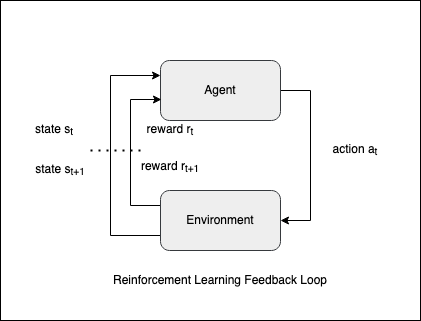
The draw.io diagram src/diagrams/reinforce_learning_control_loop.png in analytiq-hub/sigagent.github.io, before a commit. Source tidied: cells renumbered, new cells last; positions are measured from the earlier drawing's top-left corner, leaving out a move shared by most shapes.
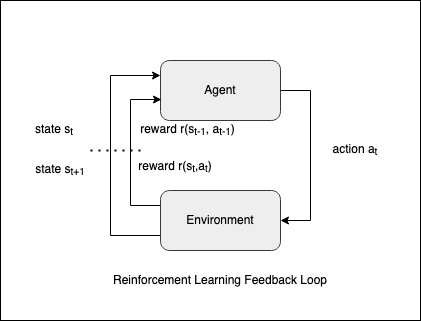
After the change.

Change to the diagram source:
```diff
@@ -38,8 +38,8 @@
     <mxCell id="8" value="action a&lt;sub&gt;t&lt;/sub&gt;" style="text;html=1;strokeColor=none;fillColor=none;align=center;verticalAlign=middle;whiteSpace=wrap;rounded=0;" parent="1" vertex="1">
       <mxGeometry x="320" y="140" width="70" height="20" as="geometry" />
     </mxCell>
-    <mxCell id="9" value="reward r&lt;sub&gt;t&lt;/sub&gt;" style="text;html=1;strokeColor=none;fillColor=none;align=center;verticalAlign=middle;whiteSpace=wrap;rounded=0;" parent="1" vertex="1">
-      <mxGeometry x="135" y="120" width="70" height="20" as="geometry" />
+    <mxCell id="9" value="reward r(s&lt;sub&gt;t-1&lt;/sub&gt;, a&lt;sub&gt;t-1&lt;/sub&gt;)" style="text;html=1;strokeColor=none;fillColor=none;align=center;verticalAlign=middle;whiteSpace=wrap;rounded=0;" parent="1" vertex="1">
+      <mxGeometry x="135" y="120" width="105" height="20" as="geometry" />
     </mxCell>
     <mxCell id="10" value="state s&lt;sub&gt;t&lt;/sub&gt;" style="text;html=1;strokeColor=none;fillColor=none;align=center;verticalAlign=middle;whiteSpace=wrap;rounded=0;" parent="1" vertex="1">
       <mxGeometry x="14" y="120" width="80" height="20" as="geometry" />
@@ -47,8 +47,8 @@
     <mxCell id="11" value="state s&lt;sub&gt;t+1&lt;/sub&gt;" style="text;html=1;strokeColor=none;fillColor=none;align=center;verticalAlign=middle;whiteSpace=wrap;rounded=0;" parent="1" vertex="1">
       <mxGeometry x="20" y="160" width="80" height="20" as="geometry" />
     </mxCell>
-    <mxCell id="12" value="reward r&lt;sub&gt;t+1&lt;/sub&gt;" style="text;html=1;strokeColor=none;fillColor=none;align=center;verticalAlign=middle;whiteSpace=wrap;rounded=0;" parent="1" vertex="1">
-      <mxGeometry x="130" y="157" width="80" height="20" as="geometry" />
+    <mxCell id="12" value="reward r(s&lt;sub&gt;t&lt;/sub&gt;,a&lt;sub&gt;t&lt;/sub&gt;)" style="text;html=1;strokeColor=none;fillColor=none;align=center;verticalAlign=middle;whiteSpace=wrap;rounded=0;" parent="1" vertex="1">
+      <mxGeometry x="135" y="157" width="80" height="20" as="geometry" />
     </mxCell>
     <mxCell id="13" style="endArrow=none;dashed=1;html=1;dashPattern=1 3;strokeWidth=2;" parent="1" edge="1">
       <mxGeometry relative="1" as="geometry">
```
